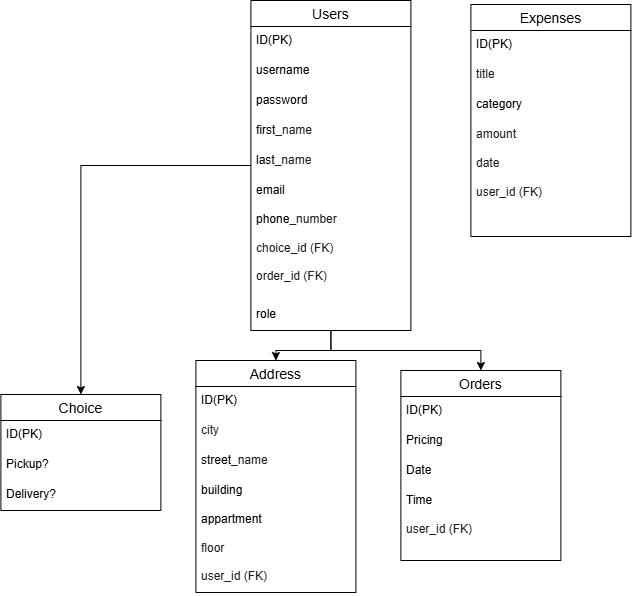
The draw.io diagram laundry_project/DBimage.png in Rama-Chaker/582-32W-VA---Web-Project-1---Laundry-Website-, before a commit. Source tidied: cells renumbered, new cells last; positions are measured from the earlier drawing's top-left corner, leaving out a move shared by most shapes.
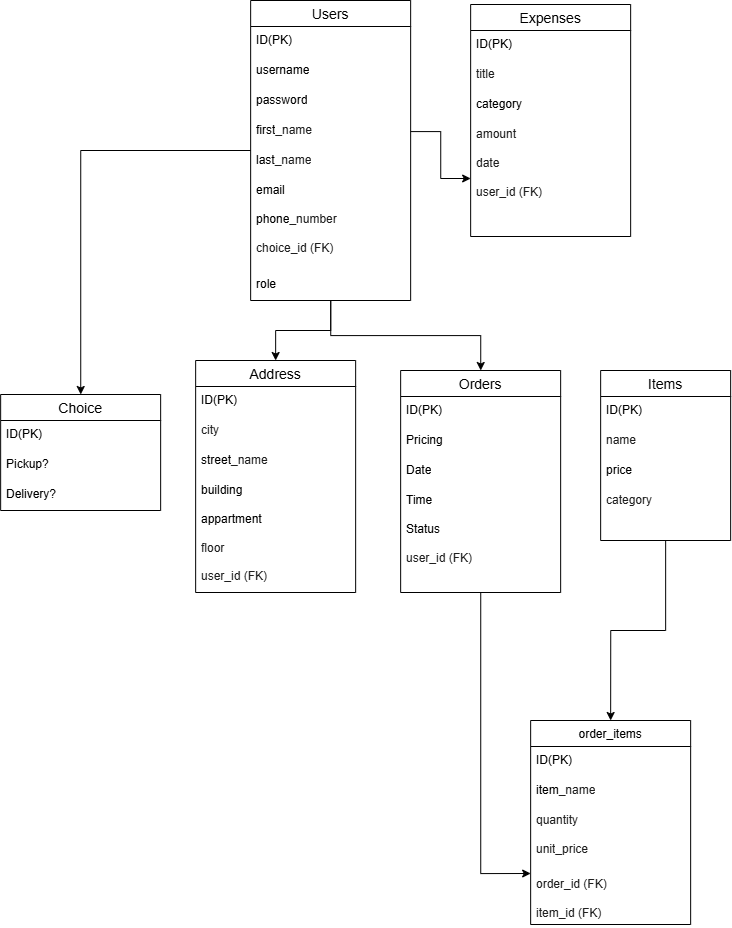
The same file after the commit.

What changed in the source:
```diff
@@ -12,7 +12,7 @@
       <mxGeometry relative="1" as="geometry" />
     </mxCell>
     <mxCell id="5" value="Users" style="swimlane;fontStyle=0;horizontal=1;startSize=26;align=center;fontSize=14;" parent="1" vertex="1">
-      <mxGeometry x="250" width="160" height="330" as="geometry" />
+      <mxGeometry x="250" width="160" height="300" as="geometry" />
     </mxCell>
     <mxCell id="6" value="ID(PK)" style="text;strokeColor=none;fillColor=none;spacingLeft=4;spacingRight=4;overflow=hidden;fontSize=12;whiteSpace=wrap;html=1;" parent="5" vertex="1">
       <mxGeometry y="26" width="160" height="30" as="geometry" />
@@ -29,14 +29,17 @@
     <mxCell id="10" value="last&lt;span style=&quot;color: rgb(31, 31, 31); font-family: &amp;quot;Google Sans&amp;quot;, Arial, sans-serif; background-color: rgb(255, 255, 255);&quot;&gt;_name&lt;/span&gt;" style="text;strokeColor=none;fillColor=none;spacingLeft=4;spacingRight=4;overflow=hidden;fontSize=12;whiteSpace=wrap;html=1;" parent="5" vertex="1">
       <mxGeometry y="146" width="160" height="30" as="geometry" />
     </mxCell>
-    <mxCell id="11" value="email&lt;div&gt;&lt;br&gt;&lt;/div&gt;&lt;div&gt;phone&lt;span style=&quot;background-color: rgb(255, 255, 255); color: rgb(31, 31, 31); font-family: &amp;quot;Google Sans&amp;quot;, Arial, sans-serif;&quot;&gt;&lt;font&gt;_number&lt;/font&gt;&lt;/span&gt;&lt;/div&gt;&lt;div&gt;&lt;span style=&quot;background-color: rgb(255, 255, 255); color: rgb(31, 31, 31); font-family: &amp;quot;Google Sans&amp;quot;, Arial, sans-serif;&quot;&gt;&lt;font&gt;&lt;br&gt;&lt;/font&gt;&lt;/span&gt;&lt;/div&gt;&lt;div&gt;&lt;span style=&quot;background-color: rgb(255, 255, 255); color: rgb(31, 31, 31); font-family: &amp;quot;Google Sans&amp;quot;, Arial, sans-serif;&quot;&gt;&lt;font&gt;choice_id (FK)&amp;nbsp;&lt;/font&gt;&lt;/span&gt;&lt;/div&gt;&lt;div&gt;&lt;span style=&quot;background-color: rgb(255, 255, 255); color: rgb(31, 31, 31); font-family: &amp;quot;Google Sans&amp;quot;, Arial, sans-serif;&quot;&gt;&lt;font&gt;&lt;br&gt;&lt;/font&gt;&lt;/span&gt;&lt;/div&gt;&lt;div&gt;&lt;span style=&quot;background-color: rgb(255, 255, 255); color: rgb(31, 31, 31); font-family: &amp;quot;Google Sans&amp;quot;, Arial, sans-serif;&quot;&gt;order&lt;/span&gt;&lt;span style=&quot;background-color: rgb(255, 255, 255); color: rgb(31, 31, 31); font-family: &amp;quot;Google Sans&amp;quot;, Arial, sans-serif;&quot;&gt;_id (FK)&lt;/span&gt;&lt;/div&gt;&lt;div&gt;&lt;br&gt;&lt;/div&gt;" style="text;strokeColor=none;fillColor=none;spacingLeft=4;spacingRight=4;overflow=hidden;fontSize=12;whiteSpace=wrap;html=1;" parent="5" vertex="1">
-      <mxGeometry y="176" width="160" height="124" as="geometry" />
+    <mxCell id="11" value="email&lt;div&gt;&lt;br&gt;&lt;/div&gt;&lt;div&gt;phone&lt;span style=&quot;background-color: rgb(255, 255, 255); color: rgb(31, 31, 31); font-family: &amp;quot;Google Sans&amp;quot;, Arial, sans-serif;&quot;&gt;&lt;font&gt;_number&lt;/font&gt;&lt;/span&gt;&lt;/div&gt;&lt;div&gt;&lt;span style=&quot;background-color: rgb(255, 255, 255); color: rgb(31, 31, 31); font-family: &amp;quot;Google Sans&amp;quot;, Arial, sans-serif;&quot;&gt;&lt;font&gt;&lt;br&gt;&lt;/font&gt;&lt;/span&gt;&lt;/div&gt;&lt;div&gt;&lt;span style=&quot;background-color: rgb(255, 255, 255); color: rgb(31, 31, 31); font-family: &amp;quot;Google Sans&amp;quot;, Arial, sans-serif;&quot;&gt;&lt;font&gt;choice_id (FK)&amp;nbsp;&lt;/font&gt;&lt;/span&gt;&lt;/div&gt;&lt;div&gt;&lt;span style=&quot;background-color: rgb(255, 255, 255); color: rgb(31, 31, 31); font-family: &amp;quot;Google Sans&amp;quot;, Arial, sans-serif;&quot;&gt;&lt;font&gt;&lt;br&gt;&lt;/font&gt;&lt;/span&gt;&lt;/div&gt;&lt;div&gt;&lt;br&gt;&lt;/div&gt;" style="text;strokeColor=none;fillColor=none;spacingLeft=4;spacingRight=4;overflow=hidden;fontSize=12;whiteSpace=wrap;html=1;" parent="5" vertex="1">
+      <mxGeometry y="176" width="160" height="94" as="geometry" />
     </mxCell>
     <mxCell id="12" value="role" style="text;strokeColor=none;fillColor=none;spacingLeft=4;spacingRight=4;overflow=hidden;fontSize=12;whiteSpace=wrap;html=1;" parent="5" vertex="1">
-      <mxGeometry y="300" width="160" height="30" as="geometry" />
+      <mxGeometry y="270" width="160" height="30" as="geometry" />
     </mxCell>
+    <mxCell id="32" style="edgeStyle=orthogonalEdgeStyle;rounded=0;jettySize=auto;html=1;entryX=0;entryY=0.75;entryDx=0;entryDy=0;" parent="1" edge="1" source="13" target="39">
+      <mxGeometry relative="1" as="geometry" />
+    </mxCell>
     <mxCell id="13" value="Orders" style="swimlane;fontStyle=0;horizontal=1;startSize=26;align=center;fontSize=14;" parent="1" vertex="1">
-      <mxGeometry x="400" y="370" width="160" height="190" as="geometry" />
+      <mxGeometry x="400" y="370" width="160" height="222" as="geometry" />
     </mxCell>
     <mxCell id="14" value="ID(PK)" style="text;strokeColor=none;fillColor=none;spacingLeft=4;spacingRight=4;overflow=hidden;fontSize=12;whiteSpace=wrap;html=1;" parent="13" vertex="1">
       <mxGeometry y="26" width="160" height="30" as="geometry" />
@@ -47,8 +50,8 @@
     <mxCell id="16" value="Date" style="text;strokeColor=none;fillColor=none;spacingLeft=4;spacingRight=4;overflow=hidden;fontSize=12;whiteSpace=wrap;html=1;" parent="13" vertex="1">
       <mxGeometry y="86" width="160" height="30" as="geometry" />
     </mxCell>
-    <mxCell id="17" value="Time&lt;div&gt;&lt;br&gt;&lt;div&gt;&lt;span style=&quot;background-color: light-dark(rgb(255, 255, 255), rgb(18, 18, 18)); color: light-dark(rgb(31, 31, 31), rgb(210, 210, 210)); font-family: &amp;quot;Google Sans&amp;quot;, Arial, sans-serif;&quot;&gt;user_id (FK)&lt;/span&gt;&lt;/div&gt;&lt;/div&gt;" style="text;strokeColor=none;fillColor=none;spacingLeft=4;spacingRight=4;overflow=hidden;fontSize=12;whiteSpace=wrap;html=1;" parent="13" vertex="1">
-      <mxGeometry y="116" width="160" height="74" as="geometry" />
+    <mxCell id="17" value="Time&lt;div&gt;&lt;br&gt;&lt;/div&gt;&lt;div&gt;Status&lt;br&gt;&lt;div&gt;&lt;br&gt;&lt;div&gt;&lt;span style=&quot;background-color: light-dark(rgb(255, 255, 255), rgb(18, 18, 18)); color: light-dark(rgb(31, 31, 31), rgb(210, 210, 210)); font-family: &amp;quot;Google Sans&amp;quot;, Arial, sans-serif;&quot;&gt;user_id (FK)&lt;/span&gt;&lt;/div&gt;&lt;/div&gt;&lt;/div&gt;" style="text;strokeColor=none;fillColor=none;spacingLeft=4;spacingRight=4;overflow=hidden;fontSize=12;whiteSpace=wrap;html=1;" parent="13" vertex="1">
+      <mxGeometry y="116" width="160" height="106" as="geometry" />
     </mxCell>
     <mxCell id="18" value="Address" style="swimlane;fontStyle=0;horizontal=1;startSize=26;align=center;fontSize=14;" parent="1" vertex="1">
       <mxGeometry x="195" y="360" width="160" height="232" as="geometry" />
@@ -92,5 +95,41 @@
     <mxCell id="31" value="&lt;div&gt;&lt;span style=&quot;background-color: rgb(255, 255, 255); color: rgb(31, 31, 31); font-family: &amp;quot;Google Sans&amp;quot;, Arial, sans-serif;&quot;&gt;&lt;font&gt;amount&lt;br&gt;&lt;br&gt;date&lt;/font&gt;&lt;/span&gt;&lt;/div&gt;&lt;div&gt;&lt;span style=&quot;background-color: rgb(255, 255, 255); color: rgb(31, 31, 31); font-family: &amp;quot;Google Sans&amp;quot;, Arial, sans-serif;&quot;&gt;&lt;font&gt;&lt;br&gt;&lt;/font&gt;&lt;/span&gt;&lt;/div&gt;&lt;div&gt;&lt;span style=&quot;background-color: light-dark(rgb(255, 255, 255), rgb(18, 18, 18)); color: light-dark(rgb(31, 31, 31), rgb(210, 210, 210)); font-family: &amp;quot;Google Sans&amp;quot;, Arial, sans-serif;&quot;&gt;user_id (FK)&lt;/span&gt;&lt;/div&gt;&lt;div&gt;&lt;font color=&quot;#1f1f1f&quot; face=&quot;Google Sans, Arial, sans-serif&quot;&gt;&lt;span style=&quot;background-color: rgb(255, 255, 255);&quot;&gt;&lt;br&gt;&lt;/span&gt;&lt;/font&gt;&lt;/div&gt;&lt;div&gt;&lt;br&gt;&lt;/div&gt;&lt;div&gt;&lt;br&gt;&lt;/div&gt;&lt;div&gt;&lt;br&gt;&lt;/div&gt;" style="text;strokeColor=none;fillColor=none;spacingLeft=4;spacingRight=4;overflow=hidden;points=[[0,0.5],[1,0.5]];portConstraint=eastwest;fontSize=12;whiteSpace=wrap;html=1;" parent="27" vertex="1">
       <mxGeometry y="116" width="160" height="116" as="geometry" />
     </mxCell>
+    <mxCell id="33" style="edgeStyle=orthogonalEdgeStyle;rounded=0;jettySize=auto;html=1;entryX=0.5;entryY=0;entryDx=0;entryDy=0;" parent="1" edge="1" source="34" target="39">
+      <mxGeometry relative="1" as="geometry" />
+    </mxCell>
+    <mxCell id="34" value="Items" style="swimlane;fontStyle=0;horizontal=1;startSize=26;align=center;fontSize=14;" parent="1" vertex="1">
+      <mxGeometry x="600" y="370" width="130" height="170" as="geometry" />
+    </mxCell>
+    <mxCell id="35" value="ID(PK)" style="text;strokeColor=none;fillColor=none;spacingLeft=4;spacingRight=4;overflow=hidden;fontSize=12;whiteSpace=wrap;html=1;" parent="34" vertex="1">
+      <mxGeometry y="26" width="130" height="30" as="geometry" />
+    </mxCell>
+    <mxCell id="36" value="&lt;font color=&quot;#1f1f1f&quot; face=&quot;Google Sans, Arial, sans-serif&quot;&gt;&lt;span style=&quot;background-color: rgb(255, 255, 255);&quot;&gt;name&lt;/span&gt;&lt;/font&gt;" style="text;strokeColor=none;fillColor=none;spacingLeft=4;spacingRight=4;overflow=hidden;fontSize=12;whiteSpace=wrap;html=1;" parent="34" vertex="1">
+      <mxGeometry y="56" width="130" height="30" as="geometry" />
+    </mxCell>
+    <mxCell id="37" value="price" style="text;strokeColor=none;fillColor=none;spacingLeft=4;spacingRight=4;overflow=hidden;fontSize=12;whiteSpace=wrap;html=1;" parent="34" vertex="1">
+      <mxGeometry y="86" width="130" height="30" as="geometry" />
+    </mxCell>
+    <mxCell id="38" value="&lt;div&gt;&lt;font color=&quot;#1f1f1f&quot; face=&quot;Google Sans, Arial, sans-serif&quot;&gt;&lt;span style=&quot;background-color: rgb(255, 255, 255);&quot;&gt;category&lt;/span&gt;&lt;/font&gt;&lt;/div&gt;" style="text;strokeColor=none;fillColor=none;spacingLeft=4;spacingRight=4;overflow=hidden;fontSize=12;whiteSpace=wrap;html=1;" parent="34" vertex="1">
+      <mxGeometry y="116" width="130" height="54" as="geometry" />
+    </mxCell>
+    <mxCell id="39" value="order_items" style="swimlane;fontStyle=0;horizontal=1;startSize=26;align=center;fontSize=12;" parent="1" vertex="1">
+      <mxGeometry x="530" y="720" width="160" height="204" as="geometry" />
+    </mxCell>
+    <mxCell id="40" value="ID(PK)" style="text;strokeColor=none;fillColor=none;spacingLeft=4;spacingRight=4;overflow=hidden;fontSize=12;whiteSpace=wrap;html=1;" parent="39" vertex="1">
+      <mxGeometry y="26" width="160" height="30" as="geometry" />
+    </mxCell>
+    <mxCell id="41" value="item&lt;span style=&quot;color: rgb(31, 31, 31); font-family: &amp;quot;Google Sans&amp;quot;, Arial, sans-serif; background-color: rgb(255, 255, 255);&quot;&gt;_name&lt;/span&gt;" style="text;strokeColor=none;fillColor=none;spacingLeft=4;spacingRight=4;overflow=hidden;fontSize=12;whiteSpace=wrap;html=1;" parent="39" vertex="1">
+      <mxGeometry y="56" width="160" height="30" as="geometry" />
+    </mxCell>
+    <mxCell id="42" value="&lt;div&gt;&lt;font color=&quot;#1f1f1f&quot; face=&quot;Google Sans, Arial, sans-serif&quot;&gt;&lt;span style=&quot;background-color: rgb(255, 255, 255);&quot;&gt;quantity&lt;br&gt;&lt;br&gt;unit&lt;/span&gt;&lt;/font&gt;&lt;span style=&quot;background-color: rgb(255, 255, 255); color: rgb(31, 31, 31); font-family: &amp;quot;Google Sans&amp;quot;, Arial, sans-serif;&quot;&gt;_price&lt;/span&gt;&lt;/div&gt;" style="text;strokeColor=none;fillColor=none;spacingLeft=4;spacingRight=4;overflow=hidden;fontSize=12;whiteSpace=wrap;html=1;" parent="39" vertex="1">
+      <mxGeometry y="86" width="160" height="64" as="geometry" />
+    </mxCell>
+    <mxCell id="43" value="&lt;span style=&quot;color: rgb(31, 31, 31); font-family: &amp;quot;Google Sans&amp;quot;, Arial, sans-serif; background-color: rgb(255, 255, 255);&quot;&gt;order_id (FK)&lt;/span&gt;&lt;div&gt;&lt;span style=&quot;color: rgb(31, 31, 31); font-family: &amp;quot;Google Sans&amp;quot;, Arial, sans-serif; background-color: rgb(255, 255, 255);&quot;&gt;&lt;br&gt;item&lt;/span&gt;&lt;span style=&quot;background-color: rgb(255, 255, 255); color: rgb(31, 31, 31); font-family: &amp;quot;Google Sans&amp;quot;, Arial, sans-serif;&quot;&gt;_id (FK)&lt;/span&gt;&lt;/div&gt;" style="text;strokeColor=none;fillColor=none;spacingLeft=4;spacingRight=4;overflow=hidden;fontSize=12;whiteSpace=wrap;html=1;" parent="39" vertex="1">
+      <mxGeometry y="150" width="160" height="54" as="geometry" />
+    </mxCell>
+    <mxCell id="44" style="edgeStyle=orthogonalEdgeStyle;rounded=0;jettySize=auto;html=1;" parent="1" edge="1" source="9" target="31">
+      <mxGeometry relative="1" as="geometry" />
+    </mxCell>
   </root>
 </mxGraphModel>
```
